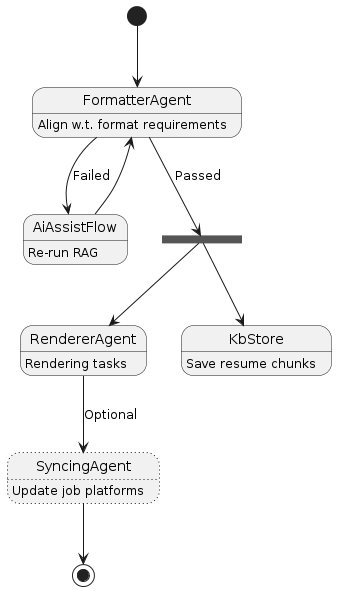
The PlantUML diagram backend/docs/compilation.png in Criss-Wang/ResumeAssist, before a commit.
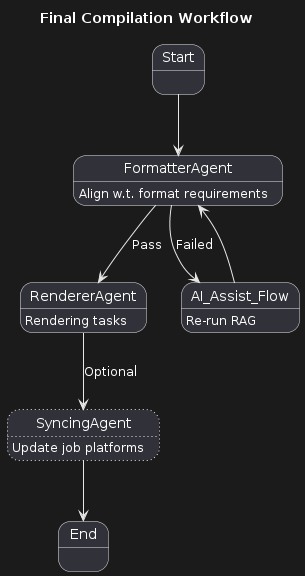
Above is the later version.

Commit message:
update flow diagrams

Change to the diagram source:
```diff
@@ -1,4 +1,8 @@
 @startuml
+title
+ Final Compilation Workflow
+end title
+
 state FormatterAgent{
 }
 FormatterAgent: Align w.t. format requirements
@@ -8,20 +12,13 @@
 state SyncingAgent ##[dotted]{
 }
 SyncingAgent: Update job platforms
-state AiAssistFlow {
+state AI_Assist_Flow {
 }
-AiAssistFlow: Re-run RAG
-state fork1   <<fork>>
-state KbStore {
-}
-KbStore: Save resume chunks
-
-[*] --> FormatterAgent
-FormatterAgent --> AiAssistFlow: Failed
-AiAssistFlow --> FormatterAgent
-FormatterAgent --> fork1: Passed
-fork1 --> RendererAgent
-fork1 --> KbStore
+AI_Assist_Flow: Re-run RAG
+Start --> FormatterAgent
+FormatterAgent --> AI_Assist_Flow: Failed
+AI_Assist_Flow --> FormatterAgent
+FormatterAgent --> RendererAgent: Pass
 RendererAgent --> SyncingAgent: Optional
-SyncingAgent --> [*]
+SyncingAgent --> End
 @enduml
```
